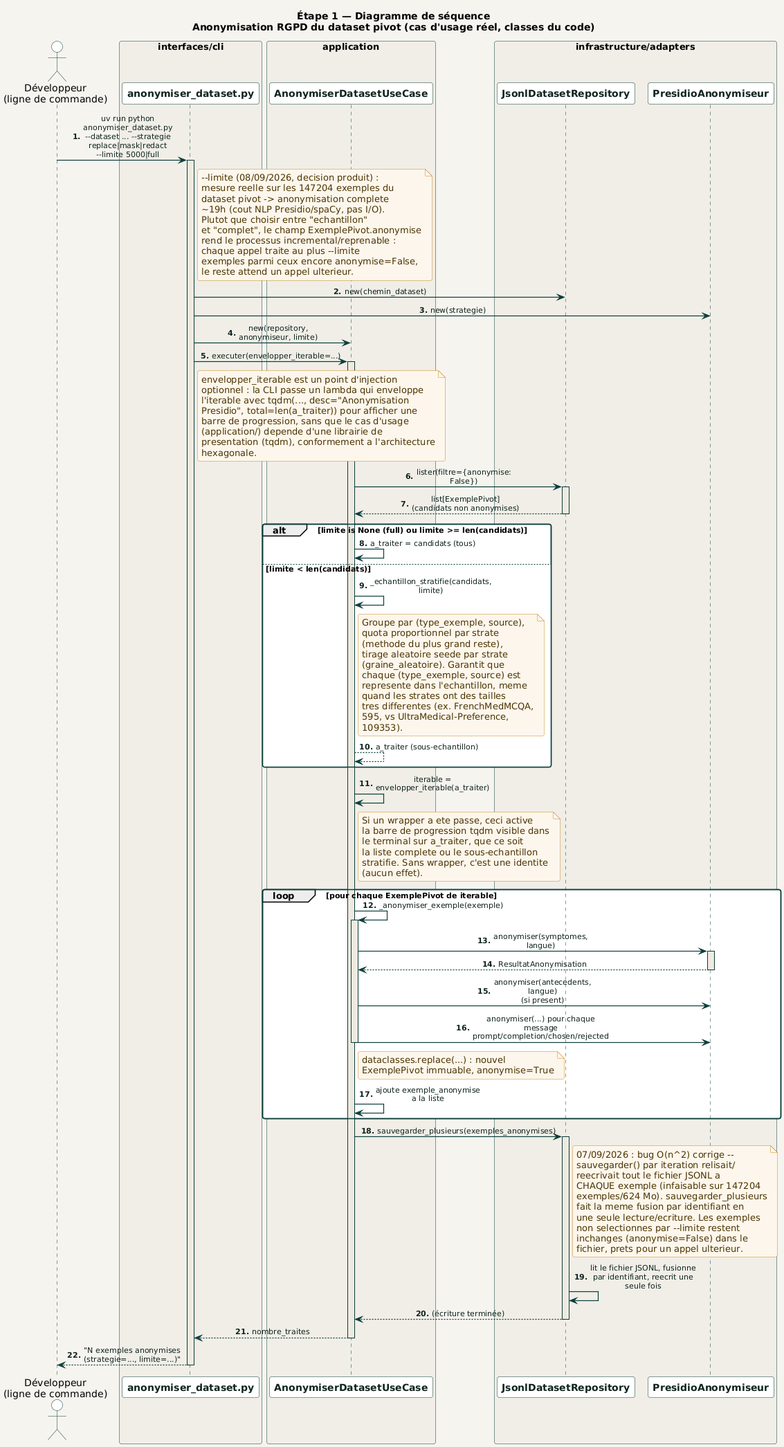
racemartin/m14_ocr keeps this PlantUML diagram as docs/diagrams/02_etape1_donnees/sequence/anonymiser_dataset.png. Above is the earlier version.
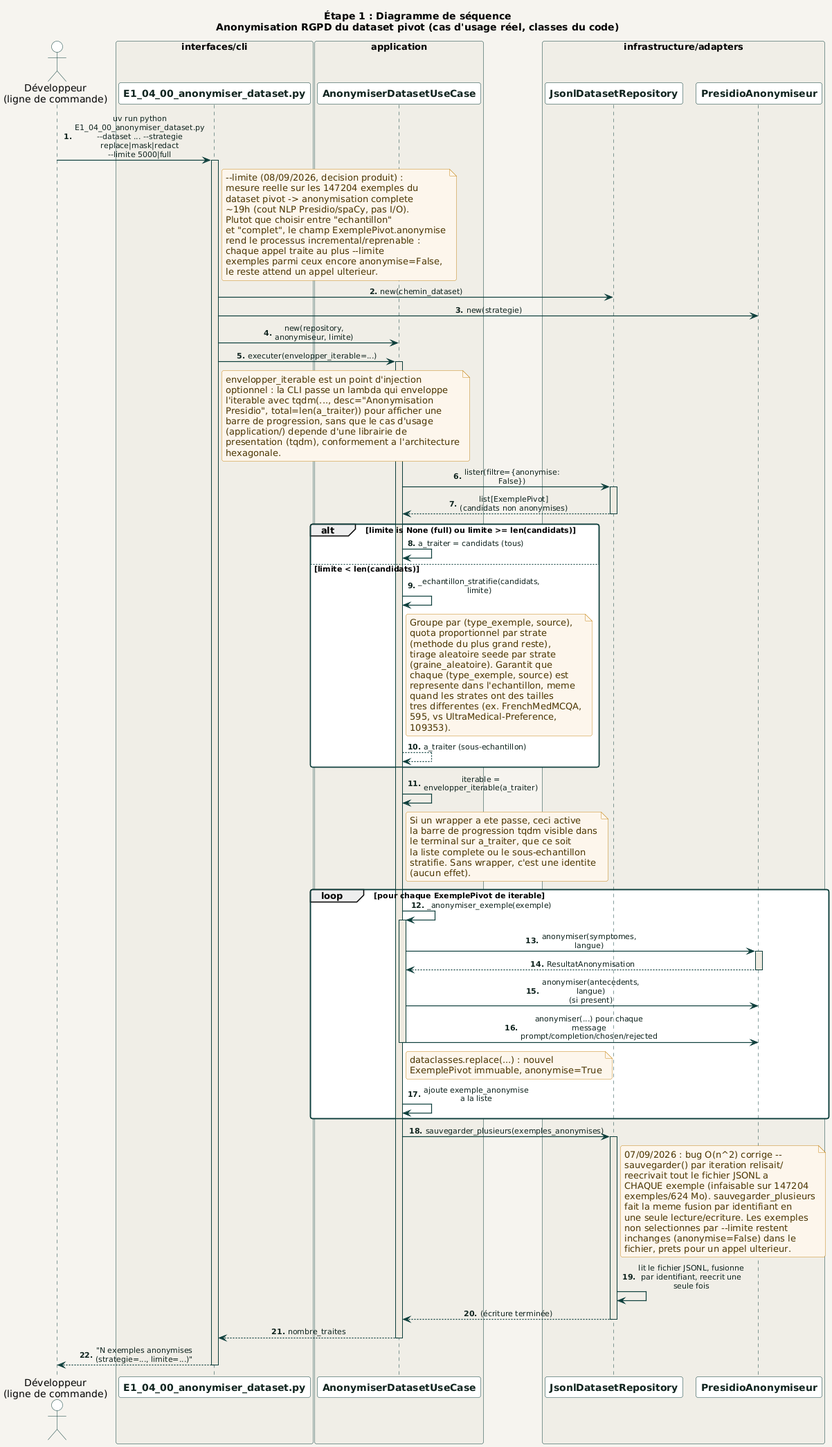
After the commit.

Diff of the diagram source:
```diff
@@ -1,12 +1,12 @@
 @startuml anonymiser_dataset
 !include ../../_common/estilo.iuml
 
-title Étape 1 — Diagramme de séquence\nAnonymisation RGPD du dataset pivot (cas d'usage réel, classes du code)
+title Étape 1 : Diagramme de séquence\nAnonymisation RGPD du dataset pivot (cas d'usage réel, classes du code)
 
 actor "Développeur\n(ligne de commande)" as Dev
 
 box "interfaces/cli" #F0EEE7
-  participant "anonymiser_dataset.py" as CLI
+  participant "E1_04_00_anonymiser_dataset.py" as CLI
 end box
 
 box "application" #F0EEE7
@@ -20,7 +20,7 @@
 
 autonumber "<b>0."
 
-Dev -> CLI : uv run python anonymiser_dataset.py\n~-~-dataset ... ~-~-strategie replace|mask|redact\n~-~-limite 5000|full
+Dev -> CLI : uv run python E1_04_00_anonymiser_dataset.py\n~-~-dataset ... ~-~-strategie replace|mask|redact\n~-~-limite 5000|full
 activate CLI
 
 note right of CLI
```
